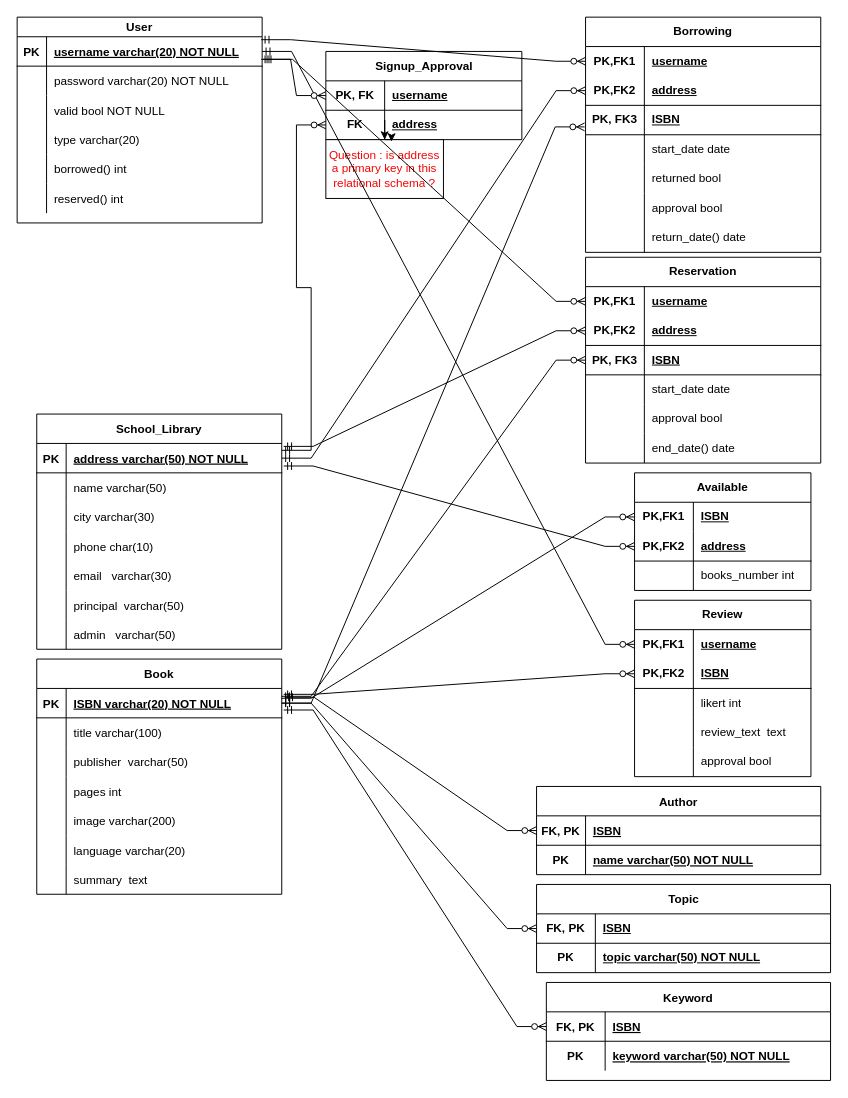
Before: Relational Schema.drawio in ntua-el20069/school-library-app, a draw.io diagram. Source tidied: cells renumbered, new cells numbered last; positions are measured from the earlier drawing's top-left corner, leaving out a move shared by most shapes. Both pictures are drawn from the tidied source at 98%, with x=0, y=0 at pixel (17, 17).
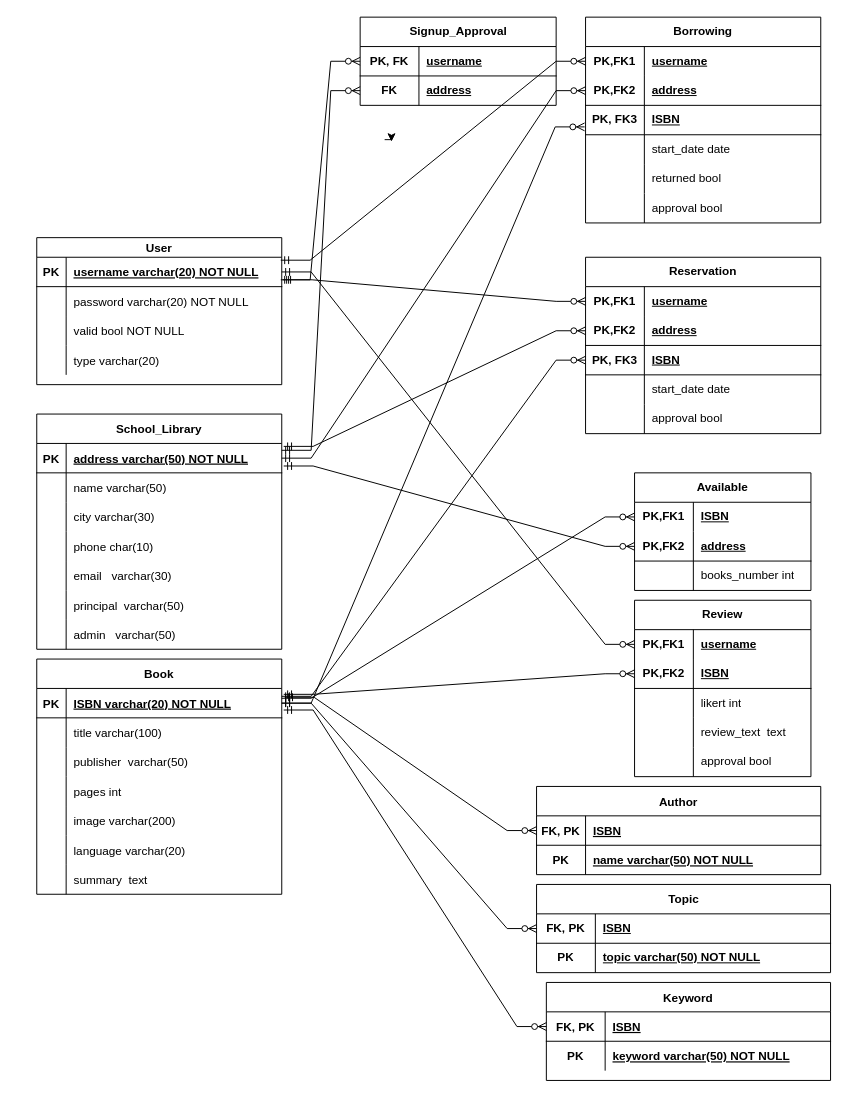
After the change.

The edit, as a diff of the source:
```diff
@@
     <mxCell id="9" value="User" style="shape=table;startSize=20;childLayout=tableLayout;rowLines=0;fontStyle=1;align=center;" parent="1" vertex="1">
-      <mxGeometry width="250" height="210" as="geometry" />
+      <mxGeometry x="20" y="225" width="250" height="150" as="geometry" />
     </mxCell>
@@
-    <mxCell id="22" style="shape=partialRectangle;fillColor=none;top=0;left=0;right=0;bottom=0;" parent="9" vertex="1">
-      <mxGeometry y="140" width="250" height="30" as="geometry" />
-    </mxCell>
-    <mxCell id="23" style="shape=partialRectangle;overflow=hidden;fillColor=none;top=0;left=0;bottom=0;right=0;" parent="22" vertex="1">
-      <mxGeometry width="30" height="30" as="geometry" />
-    </mxCell>
-    <mxCell id="24" value="borrowed() int" style="shape=partialRectangle;overflow=hidden;fillColor=none;top=0;left=0;bottom=0;right=0;align=left;spacingLeft=6;" parent="22" vertex="1">
-      <mxGeometry x="30" width="220" height="30" as="geometry" />
-    </mxCell>
-    <mxCell id="25" style="shape=partialRectangle;fillColor=none;top=0;left=0;right=0;bottom=0;" parent="9" vertex="1">
-      <mxGeometry y="170" width="250" height="30" as="geometry" />
-    </mxCell>
-    <mxCell id="26" style="shape=partialRectangle;overflow=hidden;fillColor=none;top=0;left=0;bottom=0;right=0;" parent="25" vertex="1">
-      <mxGeometry width="30" height="30" as="geometry" />
-    </mxCell>
-    <mxCell id="27" value="reserved() int" style="shape=partialRectangle;overflow=hidden;fillColor=none;top=0;left=0;bottom=0;right=0;align=left;spacingLeft=6;" parent="25" vertex="1">
-      <mxGeometry x="30" width="220" height="30" as="geometry" />
-    </mxCell>
@@
     <mxCell id="89" value="Borrowing" style="shape=table;startSize=30;childLayout=tableLayout;rowLines=0;fontStyle=1;align=center;html=1;whiteSpace=wrap;swimlaneLine=1;" parent="1" vertex="1">
-      <mxGeometry x="580" width="240" height="240" as="geometry" />
+      <mxGeometry x="580" width="240" height="210" as="geometry" />
     </mxCell>
@@
-    <mxCell id="108" style="shape=tableRow;horizontal=0;startSize=0;swimlaneHead=0;swimlaneBody=0;fillColor=none;top=0;left=0;right=0;bottom=0;html=1;" parent="89" vertex="1">
-      <mxGeometry y="210" width="240" height="30" as="geometry" />
-    </mxCell>
-    <mxCell id="109" style="shape=partialRectangle;fillColor=none;top=0;left=0;bottom=0;right=0;overflow=hidden;html=1;whiteSpace=wrap;" parent="108" vertex="1">
-      <mxGeometry width="60" height="30" as="geometry" />
-    </mxCell>
-    <mxCell id="110" value="return_date() date" style="shape=partialRectangle;fillColor=none;top=0;left=0;bottom=0;right=0;align=left;spacingLeft=6;overflow=hidden;html=1;whiteSpace=wrap;" parent="108" vertex="1">
-      <mxGeometry x="60" width="180" height="30" as="geometry" />
-    </mxCell>
     <mxCell id="111" value="Reservation" style="shape=table;startSize=30;childLayout=tableLayout;rowLines=0;fontStyle=1;align=center;html=1;whiteSpace=wrap;swimlaneLine=1;" parent="1" vertex="1">
-      <mxGeometry x="580" y="245" width="240" height="210" as="geometry" />
+      <mxGeometry x="580" y="245" width="240" height="180" as="geometry" />
     </mxCell>
@@
-    <mxCell id="127" style="shape=tableRow;horizontal=0;startSize=0;swimlaneHead=0;swimlaneBody=0;fillColor=none;top=0;left=0;right=0;bottom=0;html=1;" parent="111" vertex="1">
-      <mxGeometry y="180" width="240" height="30" as="geometry" />
-    </mxCell>
-    <mxCell id="128" style="shape=partialRectangle;fillColor=none;top=0;left=0;bottom=0;right=0;overflow=hidden;html=1;whiteSpace=wrap;" parent="127" vertex="1">
-      <mxGeometry width="60" height="30" as="geometry" />
-    </mxCell>
-    <mxCell id="129" value="end_date() date" style="shape=partialRectangle;fillColor=none;top=0;left=0;bottom=0;right=0;align=left;spacingLeft=6;overflow=hidden;html=1;whiteSpace=wrap;" parent="127" vertex="1">
-      <mxGeometry x="60" width="180" height="30" as="geometry" />
-    </mxCell>
@@
     <mxCell id="158" value="Signup_Approval" style="shape=table;startSize=30;childLayout=tableLayout;rowLines=0;fontStyle=1;align=center;html=1;" parent="1" vertex="1">
-      <mxGeometry x="315" y="35" width="200" height="90" as="geometry" />
+      <mxGeometry x="350" width="200" height="90" as="geometry" />
     </mxCell>
@@
-    <mxCell id="165" style="edgeStyle=orthogonalEdgeStyle;rounded=0;jettySize=auto;html=1;" parent="1" edge="1" source="166">
+    <mxCell id="165" style="edgeStyle=orthogonalEdgeStyle;rounded=0;orthogonalLoop=1;jettySize=auto;html=1;" parent="1" edge="1">
       <mxGeometry relative="1" as="geometry">
+        <mxPoint x="375" y="125" as="sourcePoint" />
         <mxPoint x="375" y="125" as="targetPoint" />
       </mxGeometry>
     </mxCell>
-    <mxCell id="166" value="&lt;font color=&quot;#f60404&quot;&gt;Question : is address a primary key in this relational schema ?&lt;/font&gt;" style="rounded=0;whiteSpace=wrap;html=1;" parent="1" vertex="1">
-      <mxGeometry x="315" y="125" width="120" height="60" as="geometry" />
-    </mxCell>
-    <mxCell id="167" style="edgeStyle=orthogonalEdgeStyle;rounded=0;orthogonalLoop=1;jettySize=auto;html=1;exitX=0.5;exitY=0;exitDx=0;exitDy=0;entryX=0.558;entryY=0.033;entryDx=0;entryDy=0;entryPerimeter=0;" parent="1" edge="1" source="166" target="166">
-      <mxGeometry relative="1" as="geometry" />
+    <mxCell id="167" style="edgeStyle=orthogonalEdgeStyle;rounded=0;orthogonalLoop=1;jettySize=auto;html=1;exitX=0.5;exitY=0;exitDx=0;exitDy=0;entryX=0.558;entryY=0.033;entryDx=0;entryDy=0;entryPerimeter=0;" parent="1" edge="1">
+      <mxGeometry relative="1" as="geometry">
+        <mxPoint x="375" y="125" as="sourcePoint" />
+        <mxPoint x="382" y="127" as="targetPoint" />
+      </mxGeometry>
     </mxCell>
```
